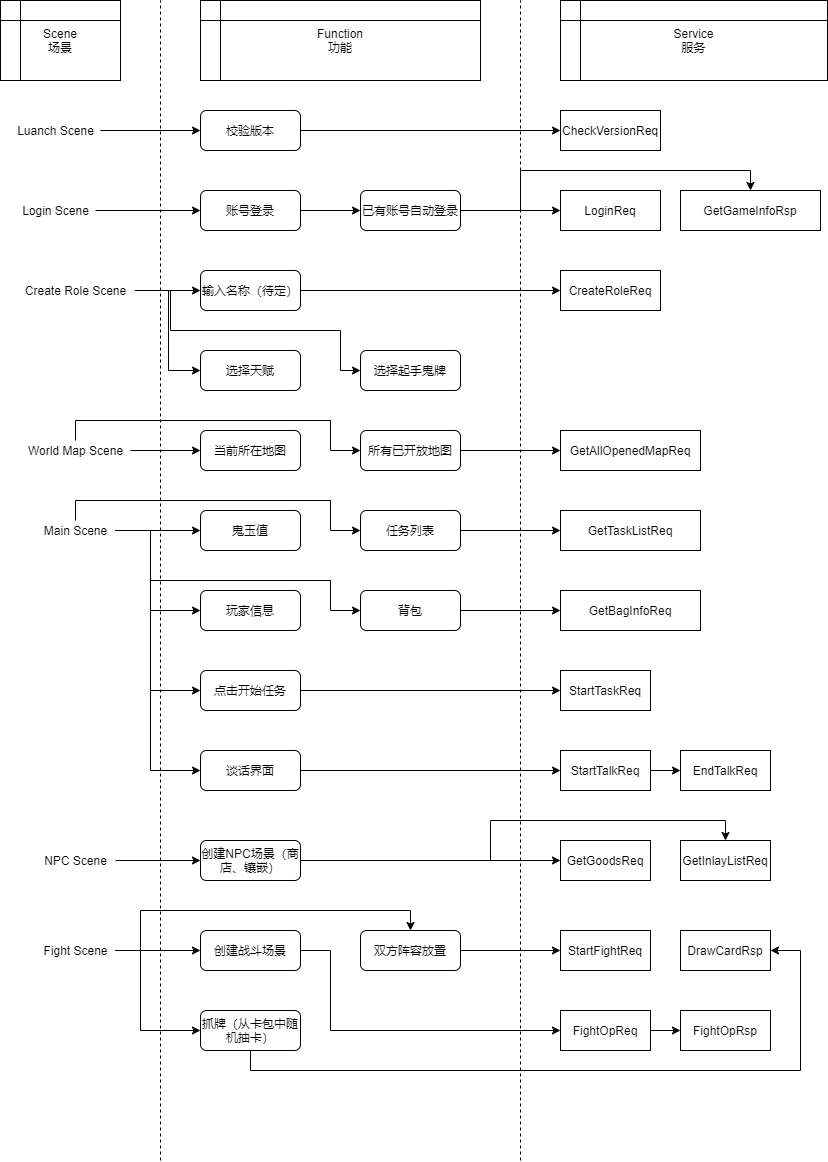
The draw.io diagram flowsheet/drawio/LOGC/stages_v2.drawio.png in JDreamHeart/DailyCodes, before a commit. Source tidied: cells renumbered, new cells last; positions are measured from the earlier drawing's top-left corner, leaving out a move shared by most shapes.
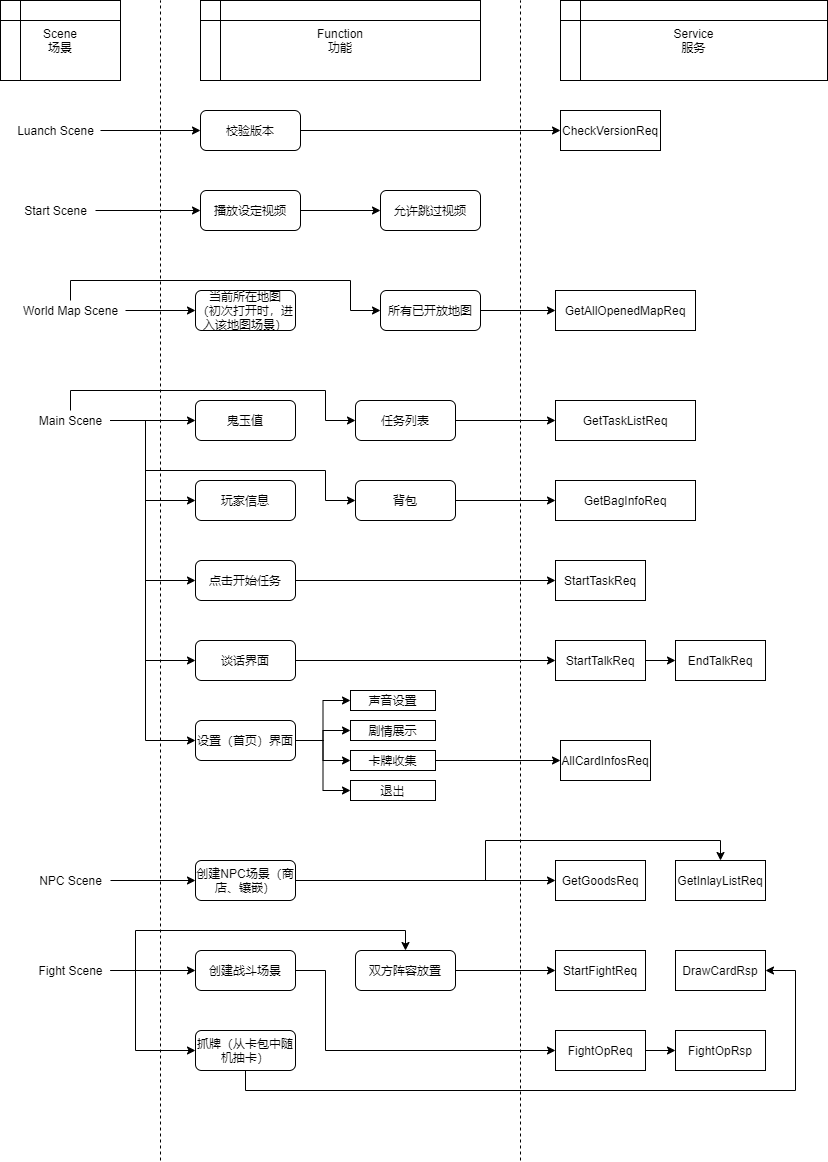
The same file after the commit.

Commit message:
feat:新增代码结构及流程相关流程图

Change to the diagram source:
```diff
@@ -31,68 +31,11 @@
     </mxCell>
-    <mxCell id="11" value="Login Scene" style="text;html=1;align=center;verticalAlign=middle;points=[];fillColor=none;strokeColor=none;rounded=0;" parent="1" vertex="1">
+    <mxCell id="11" value="Start Scene" style="text;html=1;align=center;verticalAlign=middle;points=[];fillColor=none;strokeColor=none;rounded=0;" parent="1" vertex="1">
       <mxGeometry x="15" y="200" width="80" height="20" as="geometry" />
     </mxCell>
-    <mxCell id="12" style="edgeStyle=orthogonalEdgeStyle;rounded=0;jettySize=auto;html=1;entryX=0;entryY=0.5;entryDx=0;entryDy=0;" parent="1" edge="1" source="13" target="16">
+    <mxCell id="12" style="edgeStyle=orthogonalEdgeStyle;rounded=0;jettySize=auto;html=1;entryX=0;entryY=0.5;entryDx=0;entryDy=0;" parent="1" edge="1" source="13" target="83">
       <mxGeometry relative="1" as="geometry" />
     </mxCell>
-    <mxCell id="13" value="账号登录" style="rounded=1;whiteSpace=wrap;html=1;" parent="1" vertex="1">
+    <mxCell id="13" value="播放设定视频" style="rounded=1;whiteSpace=wrap;html=1;" parent="1" vertex="1">
       <mxGeometry x="200" y="190" width="100" height="40" as="geometry" />
     </mxCell>
-    <mxCell id="14" style="edgeStyle=orthogonalEdgeStyle;rounded=0;jettySize=auto;html=1;entryX=0;entryY=0.5;entryDx=0;entryDy=0;" parent="1" edge="1" source="16" target="17">
-      <mxGeometry relative="1" as="geometry" />
-    </mxCell>
-    <mxCell id="15" style="edgeStyle=orthogonalEdgeStyle;rounded=0;jettySize=auto;html=1;entryX=0.5;entryY=0;entryDx=0;entryDy=0;" parent="1" edge="1" source="16" target="41">
-      <mxGeometry relative="1" as="geometry">
-        <Array as="points">
-          <mxPoint x="520" y="210" />
-          <mxPoint x="520" y="170" />
-          <mxPoint x="750" y="170" />
-        </Array>
-      </mxGeometry>
-    </mxCell>
-    <mxCell id="16" value="已有账号自动登录" style="rounded=1;whiteSpace=wrap;html=1;" parent="1" vertex="1">
-      <mxGeometry x="360" y="190" width="100" height="40" as="geometry" />
-    </mxCell>
-    <mxCell id="17" value="LoginReq" style="rounded=0;whiteSpace=wrap;html=1;" parent="1" vertex="1">
-      <mxGeometry x="560" y="190" width="100" height="40" as="geometry" />
-    </mxCell>
-    <mxCell id="18" style="edgeStyle=orthogonalEdgeStyle;rounded=0;jettySize=auto;html=1;entryX=0;entryY=0.5;entryDx=0;entryDy=0;" parent="1" edge="1" source="21" target="25">
-      <mxGeometry relative="1" as="geometry" />
-    </mxCell>
-    <mxCell id="19" style="edgeStyle=orthogonalEdgeStyle;rounded=0;jettySize=auto;html=1;entryX=0;entryY=0.5;entryDx=0;entryDy=0;" parent="1" edge="1" source="21" target="22">
-      <mxGeometry relative="1" as="geometry">
-        <Array as="points">
-          <mxPoint x="168" y="290" />
-          <mxPoint x="168" y="370" />
-        </Array>
-      </mxGeometry>
-    </mxCell>
-    <mxCell id="20" style="edgeStyle=orthogonalEdgeStyle;rounded=0;jettySize=auto;html=1;entryX=0;entryY=0.5;entryDx=0;entryDy=0;" parent="1" edge="1" source="21" target="23">
-      <mxGeometry relative="1" as="geometry">
-        <Array as="points">
-          <mxPoint x="170" y="290" />
-          <mxPoint x="170" y="330" />
-          <mxPoint x="340" y="330" />
-          <mxPoint x="340" y="370" />
-        </Array>
-      </mxGeometry>
-    </mxCell>
-    <mxCell id="21" value="Create Role Scene" style="text;html=1;align=center;verticalAlign=middle;points=[];fillColor=none;strokeColor=none;rounded=0;" parent="1" vertex="1">
-      <mxGeometry x="15" y="280" width="120" height="20" as="geometry" />
-    </mxCell>
-    <mxCell id="22" value="选择天赋" style="rounded=1;whiteSpace=wrap;html=1;" parent="1" vertex="1">
-      <mxGeometry x="200" y="350" width="100" height="40" as="geometry" />
-    </mxCell>
-    <mxCell id="23" value="选择起手鬼牌" style="rounded=1;whiteSpace=wrap;html=1;" parent="1" vertex="1">
-      <mxGeometry x="360" y="350" width="100" height="40" as="geometry" />
-    </mxCell>
-    <mxCell id="24" style="edgeStyle=orthogonalEdgeStyle;rounded=0;jettySize=auto;html=1;" parent="1" edge="1" source="25" target="26">
-      <mxGeometry relative="1" as="geometry" />
-    </mxCell>
-    <mxCell id="25" value="输入名称（待定）" style="rounded=1;whiteSpace=wrap;html=1;" parent="1" vertex="1">
-      <mxGeometry x="200" y="270" width="100" height="40" as="geometry" />
-    </mxCell>
-    <mxCell id="26" value="CreateRoleReq" style="rounded=0;whiteSpace=wrap;html=1;" parent="1" vertex="1">
-      <mxGeometry x="560" y="270" width="100" height="40" as="geometry" />
-    </mxCell>
     <mxCell id="27" style="edgeStyle=orthogonalEdgeStyle;rounded=0;jettySize=auto;html=1;entryX=0;entryY=0.5;entryDx=0;entryDy=0;" parent="1" edge="1" source="29" target="30">
@@ -103,5 +46,5 @@
         <Array as="points">
-          <mxPoint x="75" y="420" />
-          <mxPoint x="330" y="420" />
-          <mxPoint x="330" y="450" />
+          <mxPoint x="70" y="280" />
+          <mxPoint x="350" y="280" />
+          <mxPoint x="350" y="310" />
         </Array>
@@ -110,6 +53,6 @@
     <mxCell id="29" value="World Map Scene" style="text;html=1;align=center;verticalAlign=middle;points=[];fillColor=none;strokeColor=none;rounded=0;" parent="1" vertex="1">
-      <mxGeometry x="20" y="440" width="110" height="20" as="geometry" />
+      <mxGeometry x="15" y="300" width="110" height="20" as="geometry" />
     </mxCell>
-    <mxCell id="30" value="当前所在地图" style="rounded=1;whiteSpace=wrap;html=1;" parent="1" vertex="1">
-      <mxGeometry x="200" y="430" width="100" height="40" as="geometry" />
+    <mxCell id="30" value="当前所在地图&lt;br&gt;（初次打开时，进入该地图场景）" style="rounded=1;whiteSpace=wrap;html=1;" parent="1" vertex="1">
+      <mxGeometry x="195" y="290" width="100" height="40" as="geometry" />
     </mxCell>
@@ -119,3 +62,3 @@
     <mxCell id="32" value="所有已开放地图" style="rounded=1;whiteSpace=wrap;html=1;" parent="1" vertex="1">
-      <mxGeometry x="360" y="430" width="100" height="40" as="geometry" />
+      <mxGeometry x="380" y="290" width="100" height="40" as="geometry" />
     </mxCell>
@@ -127,5 +70,5 @@
         <Array as="points">
-          <mxPoint x="75" y="500" />
-          <mxPoint x="330" y="500" />
-          <mxPoint x="330" y="530" />
+          <mxPoint x="70" y="390" />
+          <mxPoint x="325" y="390" />
+          <mxPoint x="325" y="420" />
         </Array>
@@ -136,4 +79,4 @@
         <Array as="points">
-          <mxPoint x="150" y="530" />
-          <mxPoint x="150" y="610" />
+          <mxPoint x="145" y="420" />
+          <mxPoint x="145" y="500" />
         </Array>
@@ -144,6 +87,6 @@
         <Array as="points">
-          <mxPoint x="150" y="530" />
-          <mxPoint x="150" y="580" />
-          <mxPoint x="330" y="580" />
-          <mxPoint x="330" y="610" />
+          <mxPoint x="145" y="420" />
+          <mxPoint x="145" y="470" />
+          <mxPoint x="325" y="470" />
+          <mxPoint x="325" y="500" />
         </Array>
@@ -154,4 +97,4 @@
         <Array as="points">
-          <mxPoint x="150" y="530" />
-          <mxPoint x="150" y="690" />
+          <mxPoint x="145" y="420" />
+          <mxPoint x="145" y="580" />
         </Array>
@@ -162,4 +105,4 @@
         <Array as="points">
-          <mxPoint x="150" y="530" />
-          <mxPoint x="150" y="770" />
+          <mxPoint x="145" y="420" />
+          <mxPoint x="145" y="660" />
         </Array>
@@ -167,16 +110,21 @@
     </mxCell>
+    <mxCell id="82" style="edgeStyle=orthogonalEdgeStyle;rounded=0;jettySize=auto;html=1;entryX=0;entryY=0.5;entryDx=0;entryDy=0;exitX=1;exitY=0.5;exitDx=0;exitDy=0;exitPerimeter=0;" parent="1" edge="1" source="39" target="88">
+      <mxGeometry relative="1" as="geometry">
+        <Array as="points">
+          <mxPoint x="145" y="420" />
+          <mxPoint x="145" y="740" />
+        </Array>
+      </mxGeometry>
+    </mxCell>
     <mxCell id="39" value="Main Scene" style="text;html=1;align=center;verticalAlign=middle;points=[];fillColor=none;strokeColor=none;rounded=0;" parent="1" vertex="1">
-      <mxGeometry x="35" y="520" width="80" height="20" as="geometry" />
+      <mxGeometry x="30" y="410" width="80" height="20" as="geometry" />
     </mxCell>
     <mxCell id="40" value="GetAllOpenedMapReq" style="rounded=0;whiteSpace=wrap;html=1;" parent="1" vertex="1">
-      <mxGeometry x="560" y="430" width="140" height="40" as="geometry" />
+      <mxGeometry x="555" y="290" width="140" height="40" as="geometry" />
     </mxCell>
-    <mxCell id="41" value="GetGameInfoRsp" style="rounded=0;whiteSpace=wrap;html=1;" parent="1" vertex="1">
-      <mxGeometry x="680" y="190" width="140" height="40" as="geometry" />
-    </mxCell>
     <mxCell id="42" value="鬼玉值" style="rounded=1;whiteSpace=wrap;html=1;" parent="1" vertex="1">
-      <mxGeometry x="200" y="510" width="100" height="40" as="geometry" />
+      <mxGeometry x="195" y="400" width="100" height="40" as="geometry" />
     </mxCell>
     <mxCell id="43" value="玩家信息" style="rounded=1;whiteSpace=wrap;html=1;" parent="1" vertex="1">
-      <mxGeometry x="200" y="590" width="100" height="40" as="geometry" />
+      <mxGeometry x="195" y="480" width="100" height="40" as="geometry" />
     </mxCell>
@@ -186,3 +134,3 @@
     <mxCell id="45" value="任务列表" style="rounded=1;whiteSpace=wrap;html=1;" parent="1" vertex="1">
-      <mxGeometry x="360" y="510" width="100" height="40" as="geometry" />
+      <mxGeometry x="355" y="400" width="100" height="40" as="geometry" />
     </mxCell>
@@ -192,9 +140,9 @@
     <mxCell id="47" value="背包" style="rounded=1;whiteSpace=wrap;html=1;" parent="1" vertex="1">
-      <mxGeometry x="360" y="590" width="100" height="40" as="geometry" />
+      <mxGeometry x="355" y="480" width="100" height="40" as="geometry" />
     </mxCell>
     <mxCell id="48" value="GetTaskListReq" style="rounded=0;whiteSpace=wrap;html=1;" parent="1" vertex="1">
-      <mxGeometry x="560" y="510" width="140" height="40" as="geometry" />
+      <mxGeometry x="555" y="400" width="140" height="40" as="geometry" />
     </mxCell>
     <mxCell id="49" value="GetBagInfoReq" style="rounded=0;whiteSpace=wrap;html=1;" parent="1" vertex="1">
-      <mxGeometry x="560" y="590" width="140" height="40" as="geometry" />
+      <mxGeometry x="555" y="480" width="140" height="40" as="geometry" />
     </mxCell>
@@ -204,6 +152,6 @@
     <mxCell id="51" value="点击开始任务" style="rounded=1;whiteSpace=wrap;html=1;" parent="1" vertex="1">
-      <mxGeometry x="200" y="670" width="100" height="40" as="geometry" />
+      <mxGeometry x="195" y="560" width="100" height="40" as="geometry" />
     </mxCell>
     <mxCell id="52" value="StartTaskReq" style="rounded=0;whiteSpace=wrap;html=1;" parent="1" vertex="1">
-      <mxGeometry x="560" y="670" width="90" height="40" as="geometry" />
+      <mxGeometry x="555" y="560" width="90" height="40" as="geometry" />
     </mxCell>
@@ -213,3 +161,3 @@
     <mxCell id="54" value="NPC Scene" style="text;html=1;align=center;verticalAlign=middle;points=[];fillColor=none;strokeColor=none;rounded=0;" parent="1" vertex="1">
-      <mxGeometry x="35" y="850" width="80" height="20" as="geometry" />
+      <mxGeometry x="30" y="870" width="80" height="20" as="geometry" />
     </mxCell>
@@ -222,3 +170,3 @@
     <mxCell id="57" value="创建NPC场景（商店、镶嵌）" style="rounded=1;whiteSpace=wrap;html=1;" parent="1" vertex="1">
-      <mxGeometry x="200" y="840" width="100" height="40" as="geometry" />
+      <mxGeometry x="195" y="860" width="100" height="40" as="geometry" />
     </mxCell>
@@ -228,3 +176,3 @@
     <mxCell id="59" value="谈话界面" style="rounded=1;whiteSpace=wrap;html=1;" parent="1" vertex="1">
-      <mxGeometry x="200" y="750" width="100" height="40" as="geometry" />
+      <mxGeometry x="195" y="640" width="100" height="40" as="geometry" />
     </mxCell>
@@ -234,6 +182,6 @@
     <mxCell id="61" value="StartTalkReq" style="rounded=0;whiteSpace=wrap;html=1;" parent="1" vertex="1">
-      <mxGeometry x="560" y="750" width="90" height="40" as="geometry" />
+      <mxGeometry x="555" y="640" width="90" height="40" as="geometry" />
     </mxCell>
     <mxCell id="62" value="EndTalkReq" style="rounded=0;whiteSpace=wrap;html=1;" parent="1" vertex="1">
-      <mxGeometry x="680" y="750" width="90" height="40" as="geometry" />
+      <mxGeometry x="675" y="640" width="90" height="40" as="geometry" />
     </mxCell>
@@ -245,4 +193,4 @@
         <Array as="points">
-          <mxPoint x="140" y="950" />
-          <mxPoint x="140" y="1030" />
+          <mxPoint x="135" y="970" />
+          <mxPoint x="135" y="1050" />
         </Array>
@@ -253,5 +201,5 @@
         <Array as="points">
-          <mxPoint x="140" y="950" />
-          <mxPoint x="140" y="910" />
-          <mxPoint x="410" y="910" />
+          <mxPoint x="135" y="970" />
+          <mxPoint x="135" y="930" />
+          <mxPoint x="405" y="930" />
         </Array>
@@ -260,3 +208,3 @@
     <mxCell id="66" value="Fight Scene" style="text;html=1;align=center;verticalAlign=middle;points=[];fillColor=none;strokeColor=none;rounded=0;" parent="1" vertex="1">
-      <mxGeometry x="35" y="940" width="80" height="20" as="geometry" />
+      <mxGeometry x="30" y="960" width="80" height="20" as="geometry" />
     </mxCell>
@@ -265,4 +213,4 @@
         <Array as="points">
-          <mxPoint x="330" y="950" />
-          <mxPoint x="330" y="1030" />
+          <mxPoint x="325" y="970" />
+          <mxPoint x="325" y="1050" />
         </Array>
@@ -271,3 +219,3 @@
     <mxCell id="68" value="创建战斗场景" style="rounded=1;whiteSpace=wrap;html=1;" parent="1" vertex="1">
-      <mxGeometry x="200" y="930" width="100" height="40" as="geometry" />
+      <mxGeometry x="195" y="950" width="100" height="40" as="geometry" />
     </mxCell>
@@ -277,3 +225,3 @@
     <mxCell id="70" value="双方阵容放置" style="rounded=1;whiteSpace=wrap;html=1;" parent="1" vertex="1">
-      <mxGeometry x="360" y="930" width="100" height="40" as="geometry" />
+      <mxGeometry x="355" y="950" width="100" height="40" as="geometry" />
     </mxCell>
@@ -282,5 +230,5 @@
         <Array as="points">
-          <mxPoint x="250" y="1070" />
-          <mxPoint x="800" y="1070" />
-          <mxPoint x="800" y="950" />
+          <mxPoint x="245" y="1090" />
+          <mxPoint x="795" y="1090" />
+          <mxPoint x="795" y="970" />
         </Array>
@@ -289,9 +237,9 @@
     <mxCell id="72" value="抓牌（从卡包中随机抽卡）" style="rounded=1;whiteSpace=wrap;html=1;" parent="1" vertex="1">
-      <mxGeometry x="200" y="1010" width="100" height="40" as="geometry" />
+      <mxGeometry x="195" y="1030" width="100" height="40" as="geometry" />
     </mxCell>
     <mxCell id="73" value="StartFightReq" style="rounded=0;whiteSpace=wrap;html=1;" parent="1" vertex="1">
-      <mxGeometry x="560" y="930" width="90" height="40" as="geometry" />
+      <mxGeometry x="555" y="950" width="90" height="40" as="geometry" />
     </mxCell>
     <mxCell id="74" value="DrawCardRsp" style="rounded=0;whiteSpace=wrap;html=1;" parent="1" vertex="1">
-      <mxGeometry x="680" y="930" width="90" height="40" as="geometry" />
+      <mxGeometry x="675" y="950" width="90" height="40" as="geometry" />
     </mxCell>
@@ -301,12 +249,12 @@
     <mxCell id="76" value="FightOpReq" style="rounded=0;whiteSpace=wrap;html=1;" parent="1" vertex="1">
-      <mxGeometry x="560" y="1010" width="90" height="40" as="geometry" />
+      <mxGeometry x="555" y="1030" width="90" height="40" as="geometry" />
     </mxCell>
     <mxCell id="77" value="FightOpRsp" style="rounded=0;whiteSpace=wrap;html=1;" parent="1" vertex="1">
-      <mxGeometry x="680" y="1010" width="90" height="40" as="geometry" />
+      <mxGeometry x="675" y="1030" width="90" height="40" as="geometry" />
     </mxCell>
     <mxCell id="78" value="GetGoodsReq" style="rounded=0;whiteSpace=wrap;html=1;" parent="1" vertex="1">
-      <mxGeometry x="560" y="840" width="90" height="40" as="geometry" />
+      <mxGeometry x="555" y="860" width="90" height="40" as="geometry" />
     </mxCell>
     <mxCell id="79" value="GetInlayListReq" style="rounded=0;whiteSpace=wrap;html=1;" parent="1" vertex="1">
-      <mxGeometry x="680" y="840" width="90" height="40" as="geometry" />
+      <mxGeometry x="675" y="860" width="90" height="40" as="geometry" />
     </mxCell>
@@ -324,2 +272,38 @@
     </mxCell>
+    <mxCell id="83" value="允许跳过视频" style="rounded=1;whiteSpace=wrap;html=1;" parent="1" vertex="1">
+      <mxGeometry x="380" y="190" width="100" height="40" as="geometry" />
+    </mxCell>
+    <mxCell id="84" style="edgeStyle=orthogonalEdgeStyle;rounded=0;jettySize=auto;html=1;entryX=0;entryY=0.5;entryDx=0;entryDy=0;" parent="1" edge="1" source="88" target="89">
+      <mxGeometry relative="1" as="geometry" />
+    </mxCell>
+    <mxCell id="85" style="edgeStyle=orthogonalEdgeStyle;rounded=0;jettySize=auto;html=1;entryX=0;entryY=0.5;entryDx=0;entryDy=0;" parent="1" edge="1" source="88" target="90">
+      <mxGeometry relative="1" as="geometry" />
+    </mxCell>
+    <mxCell id="86" style="edgeStyle=orthogonalEdgeStyle;rounded=0;jettySize=auto;html=1;entryX=0;entryY=0.5;entryDx=0;entryDy=0;" parent="1" edge="1" source="88" target="92">
+      <mxGeometry relative="1" as="geometry" />
+    </mxCell>
+    <mxCell id="87" style="edgeStyle=orthogonalEdgeStyle;rounded=0;jettySize=auto;html=1;entryX=0;entryY=0.5;entryDx=0;entryDy=0;" parent="1" edge="1" source="88" target="93">
+      <mxGeometry relative="1" as="geometry" />
+    </mxCell>
+    <mxCell id="88" value="设置（首页）界面" style="rounded=1;whiteSpace=wrap;html=1;" parent="1" vertex="1">
+      <mxGeometry x="195" y="720" width="100" height="40" as="geometry" />
+    </mxCell>
+    <mxCell id="89" value="声音设置" style="rounded=0;whiteSpace=wrap;html=1;" parent="1" vertex="1">
+      <mxGeometry x="350" y="690" width="85" height="20" as="geometry" />
+    </mxCell>
+    <mxCell id="90" value="剧情展示" style="rounded=0;whiteSpace=wrap;html=1;" parent="1" vertex="1">
+      <mxGeometry x="350" y="720" width="85" height="20" as="geometry" />
+    </mxCell>
+    <mxCell id="91" style="edgeStyle=orthogonalEdgeStyle;rounded=0;jettySize=auto;html=1;entryX=0;entryY=0.5;entryDx=0;entryDy=0;" parent="1" edge="1" source="92" target="94">
+      <mxGeometry relative="1" as="geometry" />
+    </mxCell>
+    <mxCell id="92" value="卡牌收集" style="rounded=0;whiteSpace=wrap;html=1;" parent="1" vertex="1">
+      <mxGeometry x="350" y="750" width="85" height="20" as="geometry" />
+    </mxCell>
+    <mxCell id="93" value="退出" style="rounded=0;whiteSpace=wrap;html=1;" parent="1" vertex="1">
+      <mxGeometry x="350" y="780" width="85" height="20" as="geometry" />
+    </mxCell>
+    <mxCell id="94" value="AllCardInfosReq" style="rounded=0;whiteSpace=wrap;html=1;" parent="1" vertex="1">
+      <mxGeometry x="560" y="740" width="90" height="40" as="geometry" />
+    </mxCell>
   </root>
```
